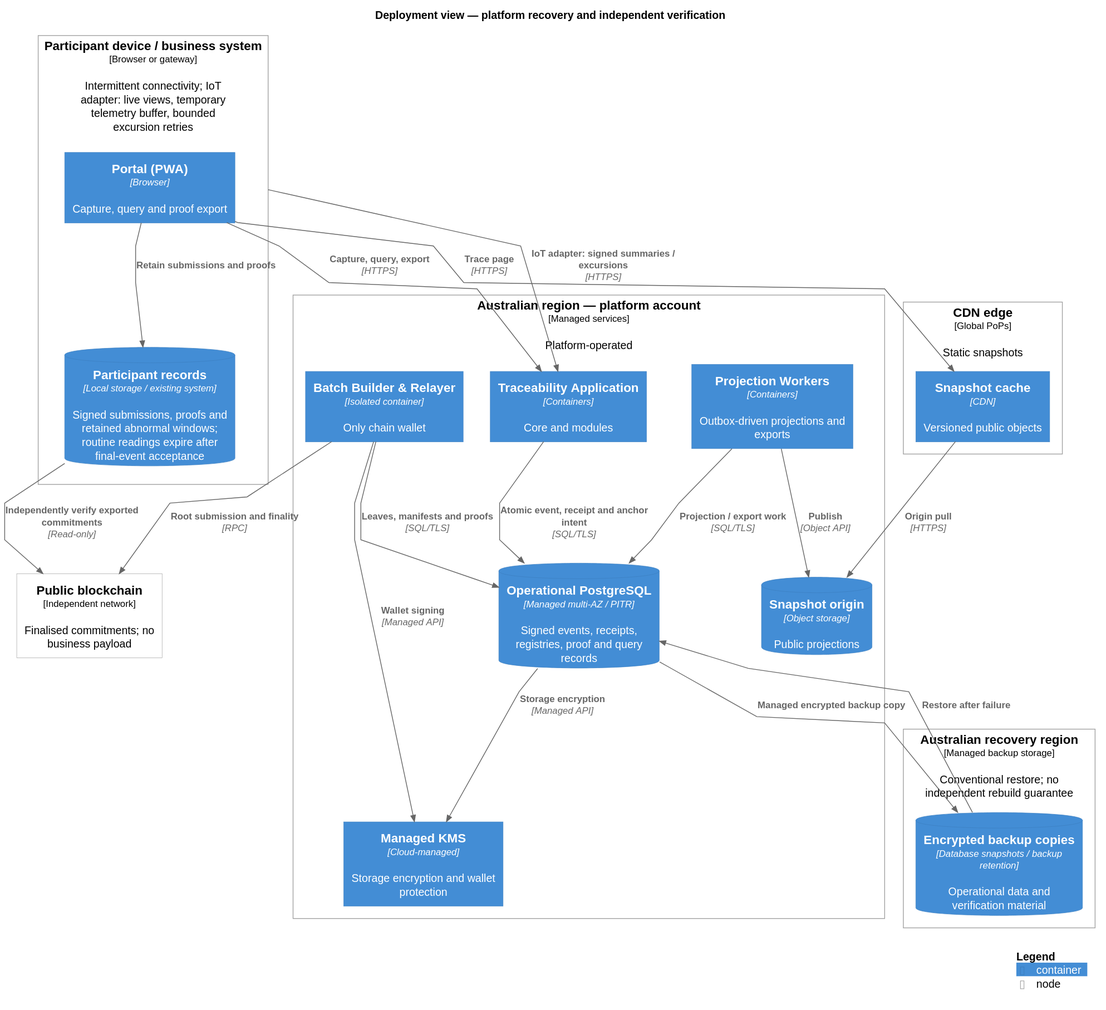
The PlantUML diagram docs/public/diagrams/c4-deployment.svg in kuangshen04/48433assignment, before a commit.
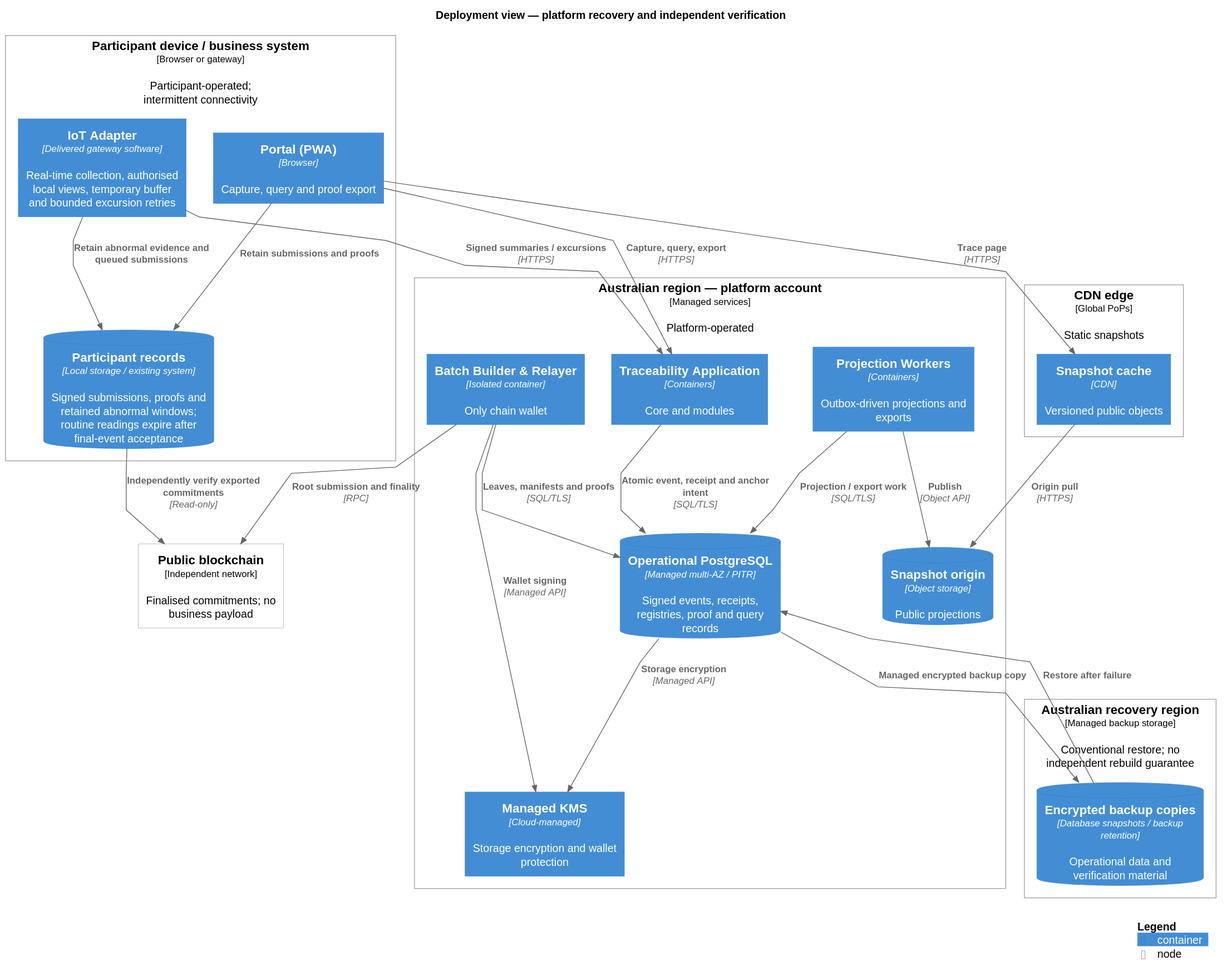
Later version of the same file.

Diff of the diagram source:
```diff
@@ -4,7 +4,8 @@
 
 title Deployment view — platform recovery and independent verification
 
-Deployment_Node(device, "Participant device / business system", "Browser or gateway", "Intermittent connectivity; IoT adapter: live views, temporary telemetry buffer, bounded excursion retries") {
+Deployment_Node(device, "Participant device / business system", "Browser or gateway", "Participant-operated; intermittent connectivity") {
+  Container(iot, "IoT Adapter", "Delivered gateway software", "Real-time collection, authorised local views, temporary buffer and bounded excursion retries")
   Container(pwa, "Portal (PWA)", "Browser", "Capture, query and proof export")
   ContainerDb(local, "Participant records", "Local storage / existing system", "Signed submissions, proofs and retained abnormal windows; routine readings expire after final-event acceptance")
 }
@@ -25,7 +26,8 @@
 Deployment_Node(chainNet, "Public blockchain", "Independent network", "Finalised commitments; no business payload")
 Rel(pwa, local, "Retain submissions and proofs")
 Rel(pwa, app, "Capture, query, export", "HTTPS")
-Rel(device, app, "IoT adapter: signed summaries / excursions", "HTTPS")
+Rel(iot, app, "Signed summaries / excursions", "HTTPS")
+Rel(iot, local, "Retain abnormal evidence and queued submissions")
 Rel(app, db, "Atomic event, receipt and anchor intent", "SQL/TLS")
 Rel(workers, db, "Projection / export work", "SQL/TLS")
 Rel(workers, snapshots, "Publish", "Object API")
```
